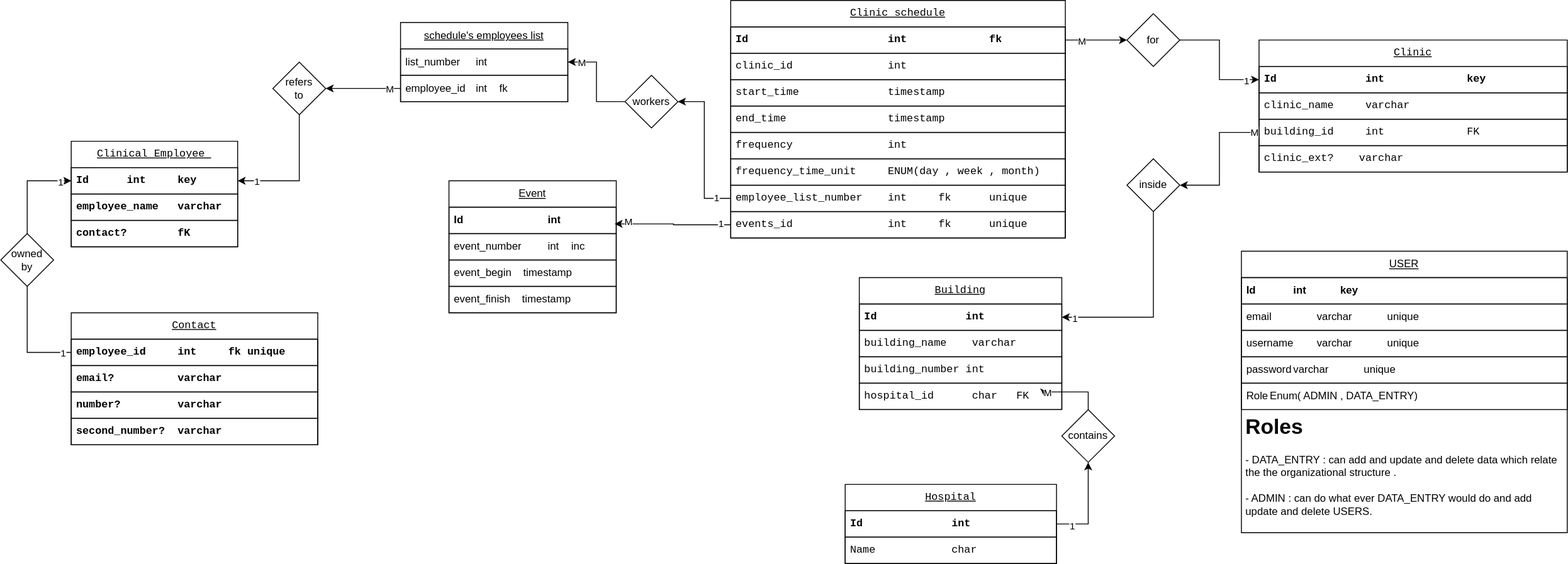
Abdullah-Khawahir/clinics-schedules keeps this draw.io diagram as etc/imgs/database.drawio.svg. Above is the earlier version. Source tidied: cells renumbered, new cells last; positions are measured from the earlier drawing's top-left corner, leaving out a move shared by most shapes.
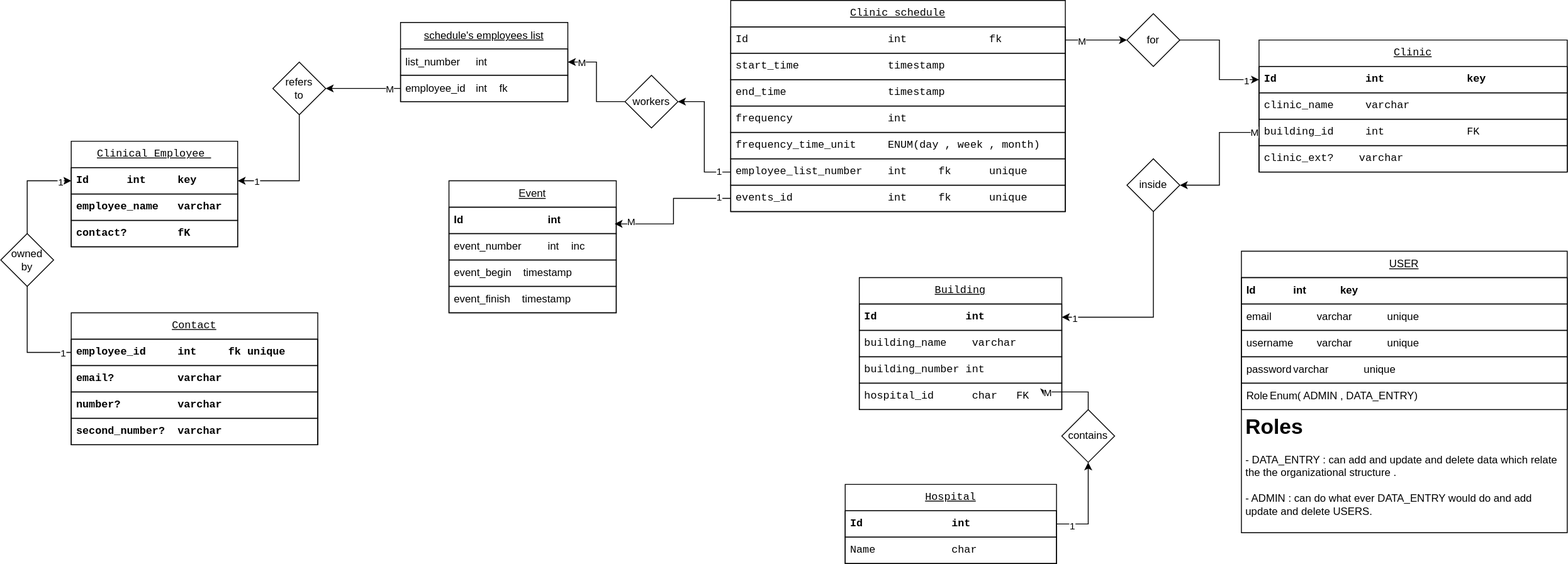
The same diagram one commit later.

Commit message:
removing duplicated property database.drawio.svg

What changed in the source:
```diff
@@ -54,31 +54,28 @@
       <mxGeometry y="90" width="189" height="30" as="geometry" />
     </mxCell>
     <mxCell id="19" value="Clinic schedule" style="swimlane;fontStyle=4;horizontal=1;startSize=30;whiteSpace=wrap;html=1;fontFamily=monospace;" parent="1" vertex="1">
-      <mxGeometry x="829" width="380" height="270" as="geometry" />
+      <mxGeometry x="829" width="380" height="240" as="geometry" />
     </mxCell>
-    <mxCell id="20" value="Id&lt;span style=&quot;white-space: pre;&quot;&gt;&#9;&lt;/span&gt;&lt;span style=&quot;white-space: pre;&quot;&gt;&#9;&lt;/span&gt;&lt;span style=&quot;white-space: pre;&quot;&gt;&#9;&lt;/span&gt;int&lt;span style=&quot;white-space: pre;&quot;&gt;&#9;&lt;/span&gt;&lt;span style=&quot;white-space: pre;&quot;&gt;&#9;fk&lt;/span&gt;" style="text;strokeColor=default;fillColor=none;align=left;verticalAlign=middle;spacingLeft=4;spacingRight=4;overflow=hidden;points=[[0,0.5],[1,0.5]];portConstraint=eastwest;whiteSpace=wrap;html=1;fontStyle=1;labelBorderColor=none;labelBackgroundColor=none;horizontal=1;spacingTop=0;fontFamily=monospace;" parent="19" vertex="1">
+    <mxCell id="20" value="Id&lt;span style=&quot;white-space: pre;&quot;&gt;&#9;&lt;/span&gt;&lt;span style=&quot;white-space: pre;&quot;&gt;&#9;&lt;/span&gt;&lt;span style=&quot;white-space: pre;&quot;&gt;&#9;&lt;/span&gt;int&lt;span style=&quot;white-space: pre;&quot;&gt;&#9;&lt;/span&gt;&lt;span style=&quot;white-space: pre;&quot;&gt;&#9;fk&lt;/span&gt;" style="text;strokeColor=default;fillColor=none;align=left;verticalAlign=middle;spacingLeft=4;spacingRight=4;overflow=hidden;points=[[0,0.5],[1,0.5]];portConstraint=eastwest;whiteSpace=wrap;html=1;fontStyle=0;labelBorderColor=none;labelBackgroundColor=none;horizontal=1;spacingTop=0;fontFamily=monospace;" parent="19" vertex="1">
       <mxGeometry y="30" width="380" height="30" as="geometry" />
     </mxCell>
-    <mxCell id="21" value="clinic_id&lt;span style=&quot;white-space: pre;&quot;&gt;&#9;&lt;/span&gt;&lt;span style=&quot;white-space: pre;&quot;&gt;&#9;&lt;/span&gt;int" style="text;strokeColor=default;fillColor=none;align=left;verticalAlign=middle;spacingLeft=4;spacingRight=4;overflow=hidden;whiteSpace=wrap;html=1;fontFamily=monospace;" parent="19" vertex="1">
-      <mxGeometry y="60" width="380" height="30" as="geometry" />
-    </mxCell>
     <mxCell id="22" value="start_time&lt;span style=&quot;white-space: pre;&quot;&gt;&#9;&lt;/span&gt;&lt;span style=&quot;white-space: pre;&quot;&gt;&#9;&lt;/span&gt;&lt;code class=&quot;type&quot;&gt;timestamp&lt;/code&gt;" style="text;strokeColor=default;fillColor=none;align=left;verticalAlign=middle;spacingLeft=4;spacingRight=4;overflow=hidden;whiteSpace=wrap;html=1;fontFamily=monospace;" parent="19" vertex="1">
-      <mxGeometry y="90" width="380" height="30" as="geometry" />
+      <mxGeometry y="60" width="380" height="30" as="geometry" />
     </mxCell>
     <mxCell id="23" value="end_time&lt;span style=&quot;white-space: pre;&quot;&gt;&#9;&lt;/span&gt;&lt;span style=&quot;white-space: pre;&quot;&gt;&#9;&lt;/span&gt;&lt;code class=&quot;type&quot;&gt;timestamp&lt;/code&gt;" style="text;strokeColor=default;fillColor=none;align=left;verticalAlign=middle;spacingLeft=4;spacingRight=4;overflow=hidden;whiteSpace=wrap;html=1;fontFamily=monospace;" parent="19" vertex="1">
-      <mxGeometry y="120" width="380" height="30" as="geometry" />
+      <mxGeometry y="90" width="380" height="30" as="geometry" />
     </mxCell>
     <mxCell id="24" value="frequency&lt;span style=&quot;white-space: pre;&quot;&gt;&#9;&lt;/span&gt;&lt;span style=&quot;white-space: pre;&quot;&gt;&#9;&lt;/span&gt;int" style="text;strokeColor=default;fillColor=none;align=left;verticalAlign=middle;spacingLeft=4;spacingRight=4;overflow=hidden;whiteSpace=wrap;html=1;fontFamily=monospace;" parent="19" vertex="1">
-      <mxGeometry y="150" width="380" height="30" as="geometry" />
+      <mxGeometry y="120" width="380" height="30" as="geometry" />
     </mxCell>
     <mxCell id="25" value="&lt;span style=&quot;white-space: pre;&quot;&gt;frequency_time_unit&#9;&lt;/span&gt;ENUM(day , week , month)" style="text;strokeColor=default;fillColor=none;align=left;verticalAlign=middle;spacingLeft=4;spacingRight=4;overflow=hidden;whiteSpace=wrap;html=1;fontFamily=monospace;" parent="19" vertex="1">
-      <mxGeometry y="180" width="380" height="30" as="geometry" />
+      <mxGeometry y="150" width="380" height="30" as="geometry" />
     </mxCell>
     <mxCell id="26" value="employee_list&lt;span style=&quot;white-space: pre;&quot;&gt;_number&#9;&lt;/span&gt;&lt;span style=&quot;white-space: pre;&quot;&gt;&lt;code&gt;int&lt;span style=&quot;white-space: pre;&quot;&gt;&#9;&lt;/span&gt;fk&lt;/code&gt;&lt;/span&gt;&lt;span style=&quot;white-space: pre;&quot;&gt;&#9;&lt;/span&gt;unique" style="text;strokeColor=default;fillColor=none;align=left;verticalAlign=middle;spacingLeft=4;spacingRight=4;overflow=hidden;points=[[0,0.5],[1,0.5]];portConstraint=eastwest;whiteSpace=wrap;html=1;fontFamily=monospace;" parent="19" vertex="1">
-      <mxGeometry y="210" width="380" height="30" as="geometry" />
+      <mxGeometry y="180" width="380" height="30" as="geometry" />
     </mxCell>
     <mxCell id="27" value="events_id&lt;span style=&quot;white-space: pre;&quot;&gt;&#9;&lt;span style=&quot;white-space: pre;&quot;&gt;&#9;&lt;/span&gt;&lt;/span&gt;&lt;span style=&quot;white-space: pre;&quot;&gt;&lt;code&gt;int&lt;span style=&quot;white-space: pre;&quot;&gt;&#9;&lt;/span&gt;fk&lt;/code&gt;&lt;/span&gt;&lt;span style=&quot;white-space: pre;&quot;&gt;&#9;&lt;/span&gt;unique" style="text;strokeColor=default;fillColor=none;align=left;verticalAlign=middle;spacingLeft=4;spacingRight=4;overflow=hidden;points=[[0,0.5],[1,0.5]];portConstraint=eastwest;whiteSpace=wrap;html=1;fontFamily=monospace;" parent="19" vertex="1">
-      <mxGeometry y="240" width="380" height="30" as="geometry" />
+      <mxGeometry y="210" width="380" height="30" as="geometry" />
     </mxCell>
     <mxCell id="28" value="Contact" style="swimlane;fontStyle=4;horizontal=1;startSize=30;whiteSpace=wrap;html=1;fontFamily=monospace;" parent="1" vertex="1">
       <mxGeometry x="80" y="355" width="280" height="150" as="geometry" />
```
